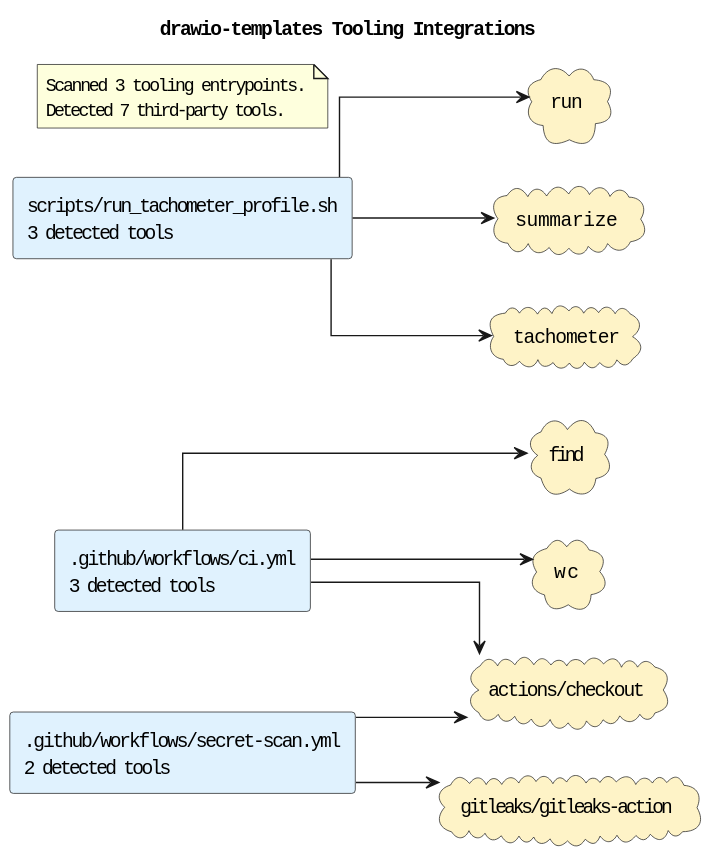
Before: docs/diagrams/tooling-integrations.puml.svg, a diagram exported from PlantUML (casonk/drawio-templates).
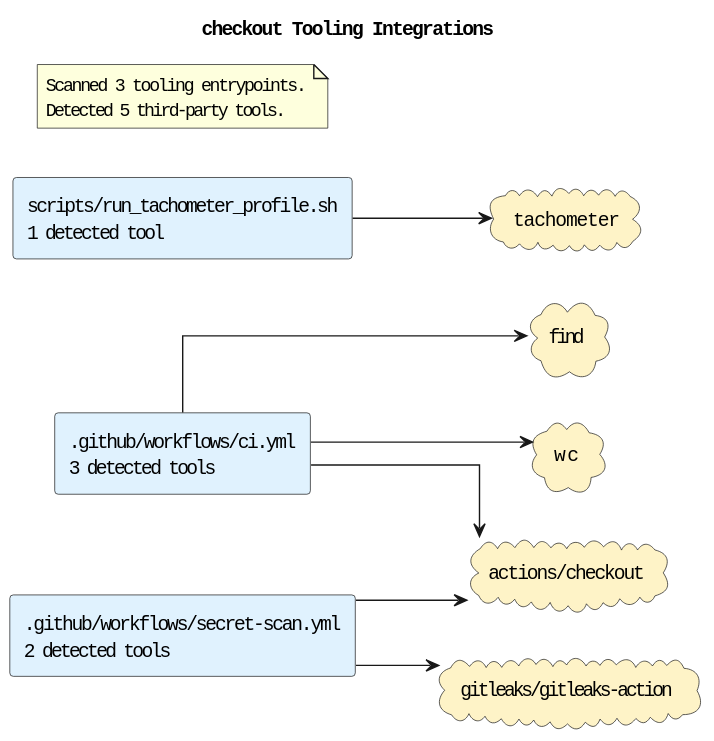
The same diagram one commit later.

Change to the diagram source:
```diff
@@ -1,5 +1,5 @@
 @startuml
-title drawio-templates Tooling Integrations
+title checkout Tooling Integrations
 left to right direction
 skinparam shadowing false
 skinparam defaultFontName Monospace
@@ -7,12 +7,10 @@
 skinparam linetype ortho
 rectangle ".github/workflows/ci.yml\n3 detected tools" as source_github_workflows_ci_yml #E0F2FE
 rectangle ".github/workflows/secret-scan.yml\n2 detected tools" as source_github_workflows_secret_scan_yml #E0F2FE
-rectangle "scripts/run_tachometer_profile.sh\n3 detected tools" as source_scripts_run_tachometer_profile_sh #E0F2FE
+rectangle "scripts/run_tachometer_profile.sh\n1 detected tool" as source_scripts_run_tachometer_profile_sh #E0F2FE
 cloud "actions/checkout" as tool_actions_checkout #FEF3C7
 cloud "find" as tool_find #FEF3C7
 cloud "gitleaks/gitleaks-action" as tool_gitleaks_gitleaks_action #FEF3C7
-cloud "run" as tool_run #FEF3C7
-cloud "summarize" as tool_summarize #FEF3C7
 cloud "tachometer" as tool_tachometer #FEF3C7
 cloud "wc" as tool_wc #FEF3C7
 source_github_workflows_ci_yml --> tool_actions_checkout
@@ -20,11 +18,9 @@
 source_github_workflows_ci_yml --> tool_wc
 source_github_workflows_secret_scan_yml --> tool_actions_checkout
 source_github_workflows_secret_scan_yml --> tool_gitleaks_gitleaks_action
-source_scripts_run_tachometer_profile_sh --> tool_run
-source_scripts_run_tachometer_profile_sh --> tool_summarize
 source_scripts_run_tachometer_profile_sh --> tool_tachometer
 note as toolingGraphSummary
 Scanned 3 tooling entrypoints.
-Detected 7 third-party tools.
+Detected 5 third-party tools.
 end note
 @enduml
```
